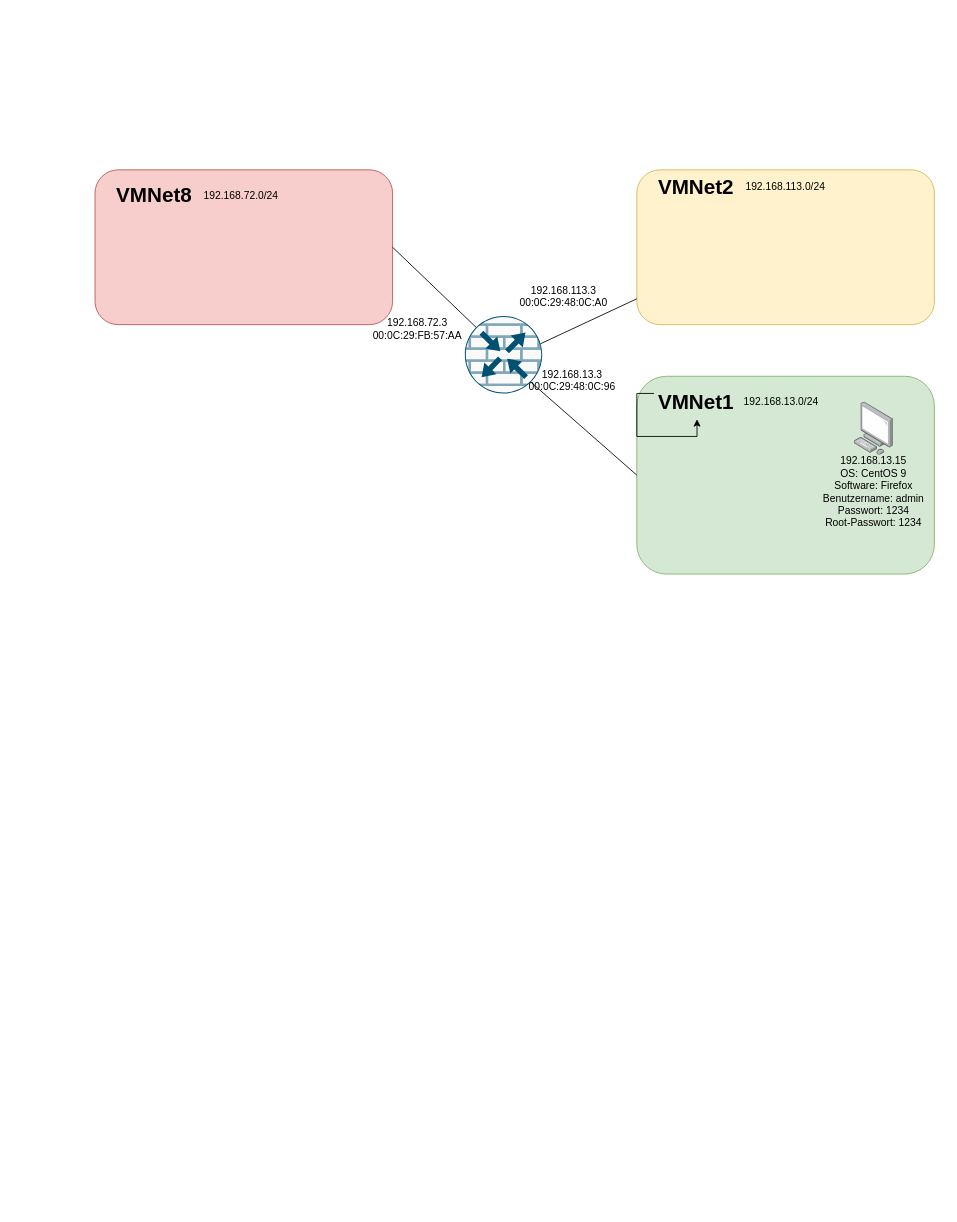
The draw.io diagram Unbenanntes Diagramm(1).drawio in peterLERNSAX/lf9-feuerwand, before the edit. Source tidied: cells renumbered, new cells numbered last; positions are measured from the earlier drawing's top-left corner, leaving out a move shared by most shapes. Both pictures are drawn from the tidied source at 86%, with x=0, y=0 at pixel (95, 169).
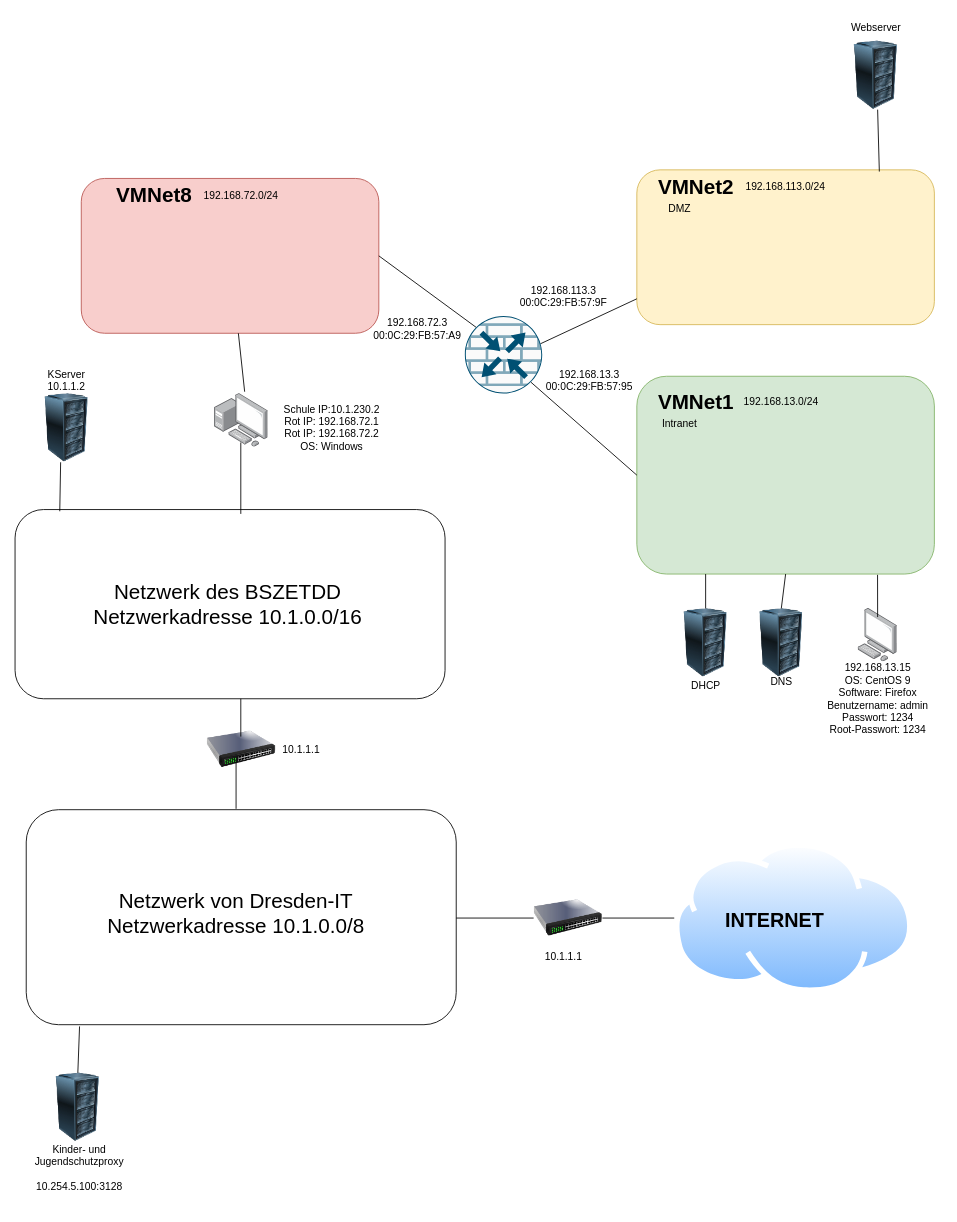
The same page after the edit.

The change refers to these unchanged cells:
```xml
<mxCell id="2" style="rounded=1;whiteSpace=wrap;html=1;fillColor=#fff2cc;strokeColor=#d6b656;" parent="1" vertex="1">
  <mxGeometry x="630" width="346" height="180" as="geometry" />
</mxCell>
<mxCell id="3" style="rounded=1;whiteSpace=wrap;html=1;fillColor=#d5e8d4;strokeColor=#82b366;" parent="1" vertex="1">
  <mxGeometry x="630" y="240" width="346" height="230" as="geometry" />
</mxCell>
<mxCell id="12" value="&lt;h1&gt;VMNet1&lt;/h1&gt;" style="text;html=1;strokeColor=none;fillColor=none;spacing=5;spacingTop=-20;whiteSpace=wrap;overflow=hidden;rounded=0;" parent="1" vertex="1">
  <mxGeometry x="650" y="250" width="100" height="40" as="geometry" />
</mxCell>
```

What changed in the source:
```diff
@@
+    <mxCell id="21" style="rounded=1;whiteSpace=wrap;html=1;" parent="1" vertex="1">
+      <mxGeometry x="-80" y="744" width="500" height="250" as="geometry" />
+    </mxCell>
+    <mxCell id="22" style="rounded=1;whiteSpace=wrap;html=1;" parent="1" vertex="1">
+      <mxGeometry x="-93" y="395" width="500" height="220" as="geometry" />
+    </mxCell>
@@
     <mxCell id="4" style="rounded=1;whiteSpace=wrap;html=1;fillColor=#f8cecc;strokeColor=#b85450;" parent="1" vertex="1">
-      <mxGeometry width="346" height="180" as="geometry" />
+      <mxGeometry x="-16" y="10" width="346" height="180" as="geometry" />
     </mxCell>
@@
     <mxCell id="9" style="html=1;align=center;shadow=0;dashed=0;image;image=img/lib/allied_telesis/computer_and_terminals/Personal_Computer.svg;" parent="1" vertex="1">
-      <mxGeometry x="882.7" y="270" width="45.6" height="61.8" as="geometry" />
+      <mxGeometry x="887.2" y="510" width="45.6" height="61.8" as="geometry" />
     </mxCell>
@@
     <mxCell id="16" value="&lt;div&gt;192.168.13.15&lt;/div&gt;&lt;div&gt;OS: CentOS 9&lt;/div&gt;&lt;div&gt;Software: Firefox&lt;/div&gt;&lt;div&gt;Benutzername: admin&lt;/div&gt;&lt;div&gt;Passwort: 1234&lt;/div&gt;&lt;div&gt;Root-Passwort: 1234&lt;br&gt;&lt;/div&gt;" style="text;html=1;strokeColor=none;fillColor=none;align=center;verticalAlign=middle;whiteSpace=wrap;rounded=0;" parent="1" vertex="1">
-      <mxGeometry x="830" y="300" width="151" height="150" as="geometry" />
+      <mxGeometry x="834.5" y="540" width="151" height="150" as="geometry" />
     </mxCell>
-    <mxCell id="17" value="&lt;div&gt;192.168.13.3&lt;/div&gt;&lt;div&gt;00:0C:29:48:0C:96&lt;/div&gt;" style="text;html=1;strokeColor=none;fillColor=none;align=center;verticalAlign=middle;whiteSpace=wrap;rounded=0;" parent="1" vertex="1">
-      <mxGeometry x="510" y="230" width="90" height="30" as="geometry" />
+    <mxCell id="17" value="&lt;div&gt;192.168.13.3&lt;/div&gt;00:0C:29:FB:57:95" style="text;html=1;strokeColor=none;fillColor=none;align=center;verticalAlign=middle;whiteSpace=wrap;rounded=0;" parent="1" vertex="1">
+      <mxGeometry x="530" y="230" width="90" height="30" as="geometry" />
     </mxCell>
-    <mxCell id="18" value="&lt;div&gt;192.168.113.3&lt;/div&gt;&lt;div&gt;00:0C:29:48:0C:A0&lt;/div&gt;&lt;div&gt;&lt;br&gt;&lt;/div&gt;" style="text;html=1;strokeColor=none;fillColor=none;align=center;verticalAlign=middle;whiteSpace=wrap;rounded=0;" parent="1" vertex="1">
+    <mxCell id="18" value="&lt;div&gt;192.168.113.3&lt;/div&gt;&lt;div&gt;00:0C:29:FB:57:9F&lt;br&gt;&lt;/div&gt;&lt;div&gt;&lt;br&gt;&lt;/div&gt;" style="text;html=1;strokeColor=none;fillColor=none;align=center;verticalAlign=middle;whiteSpace=wrap;rounded=0;" parent="1" vertex="1">
       <mxGeometry x="500" y="140" width="90" height="30" as="geometry" />
     </mxCell>
-    <mxCell id="19" style="edgeStyle=orthogonalEdgeStyle;rounded=0;orthogonalLoop=1;jettySize=auto;html=1;exitX=0;exitY=0.25;exitDx=0;exitDy=0;" parent="1" edge="1" source="12" target="12">
-      <mxGeometry relative="1" as="geometry" />
-    </mxCell>
-    <mxCell id="20" value="&lt;div&gt;192.168.72.3&lt;/div&gt;00:0C:29:FB:57:AA" style="text;html=1;strokeColor=none;fillColor=none;align=center;verticalAlign=middle;whiteSpace=wrap;rounded=0;" parent="1" vertex="1">
+    <mxCell id="20" value="&lt;div&gt;192.168.72.3&lt;/div&gt;00:0C:29:FB:57:A9" style="text;html=1;strokeColor=none;fillColor=none;align=center;verticalAlign=middle;whiteSpace=wrap;rounded=0;" parent="1" vertex="1">
       <mxGeometry x="330" y="170" width="90" height="30" as="geometry" />
     </mxCell>
+    <mxCell id="23" style="image;html=1;image=img/lib/clip_art/computers/Server_Rack_128x128.png;" parent="1" vertex="1">
+      <mxGeometry x="868" y="-150" width="80" height="80" as="geometry" />
+    </mxCell>
+    <mxCell id="24" value="Webserver" style="text;html=1;strokeColor=none;fillColor=none;align=center;verticalAlign=middle;whiteSpace=wrap;rounded=0;" parent="1" vertex="1">
+      <mxGeometry x="871.5" y="-180" width="73" height="30" as="geometry" />
+    </mxCell>
+    <mxCell id="25" style="points=[];html=1;align=center;shadow=0;dashed=0;image;image=img/lib/allied_telesis/computer_and_terminals/Personal_Computer_with_Server.svg;" parent="1" vertex="1">
+      <mxGeometry x="138.8" y="260" width="62.4" height="62.4" as="geometry" />
+    </mxCell>
+    <mxCell id="26" value="DMZ" style="text;html=1;strokeColor=none;fillColor=none;align=center;verticalAlign=middle;whiteSpace=wrap;rounded=0;" parent="1" vertex="1">
+      <mxGeometry x="650" y="30" width="60" height="30" as="geometry" />
+    </mxCell>
+    <mxCell id="27" value="Intranet" style="text;html=1;strokeColor=none;fillColor=none;align=center;verticalAlign=middle;whiteSpace=wrap;rounded=0;" parent="1" vertex="1">
+      <mxGeometry x="650" y="280" width="60" height="30" as="geometry" />
+    </mxCell>
+    <mxCell id="28" style="image;html=1;image=img/lib/clip_art/computers/Server_Rack_128x128.png;" parent="1" vertex="1">
+      <mxGeometry x="758" y="510" width="80" height="80" as="geometry" />
+    </mxCell>
+    <mxCell id="29" value="DNS" style="text;html=1;strokeColor=none;fillColor=none;align=center;verticalAlign=middle;whiteSpace=wrap;rounded=0;" parent="1" vertex="1">
+      <mxGeometry x="761.5" y="580" width="73" height="30" as="geometry" />
+    </mxCell>
+    <mxCell id="30" style="image;html=1;image=img/lib/clip_art/computers/Server_Rack_128x128.png;" parent="1" vertex="1">
+      <mxGeometry x="670" y="510" width="80" height="80" as="geometry" />
+    </mxCell>
+    <mxCell id="31" value="DHCP" style="text;html=1;strokeColor=none;fillColor=none;align=center;verticalAlign=middle;whiteSpace=wrap;rounded=0;" parent="1" vertex="1">
+      <mxGeometry x="673.5" y="585" width="73" height="30" as="geometry" />
+    </mxCell>
+    <mxCell id="32" value="&lt;div&gt;Schule IP:10.1.230.2&lt;/div&gt;&lt;div&gt;Rot IP: 192.168.72.1&lt;/div&gt;&lt;div&gt;Rot IP: 192.168.72.2&lt;/div&gt;&lt;div&gt;OS: Windows&lt;/div&gt;&lt;div&gt;&lt;br&gt;&lt;/div&gt;" style="text;html=1;strokeColor=none;fillColor=none;align=center;verticalAlign=middle;whiteSpace=wrap;rounded=0;" parent="1" vertex="1">
+      <mxGeometry x="201.2" y="292.4" width="148.8" height="30" as="geometry" />
+    </mxCell>
+    <mxCell id="33" style="endArrow=none;html=1;rounded=0;exitX=0.564;exitY=-0.032;exitDx=0;exitDy=0;exitPerimeter=0;" parent="1" edge="1" source="25" target="4">
+      <mxGeometry relative="1" as="geometry" />
+    </mxCell>
+    <mxCell id="34" style="image;html=1;image=img/lib/clip_art/networking/Switch_128x128.png;" parent="1" vertex="1">
+      <mxGeometry x="130" y="634" width="80" height="80" as="geometry" />
+    </mxCell>
+    <mxCell id="35" value="10.1.1.1" style="text;html=1;strokeColor=none;fillColor=none;align=center;verticalAlign=middle;whiteSpace=wrap;rounded=0;" parent="1" vertex="1">
+      <mxGeometry x="210" y="659" width="60" height="30" as="geometry" />
+    </mxCell>
+    <mxCell id="36" style="image;html=1;image=img/lib/clip_art/computers/Server_Rack_128x128.png;" parent="1" vertex="1">
+      <mxGeometry x="-60" y="1050" width="80" height="80" as="geometry" />
+    </mxCell>
+    <mxCell id="37" style="perimeter=ellipsePerimeter;html=1;align=center;shadow=0;dashed=0;spacingTop=3;image;image=img/lib/active_directory/internet_cloud.svg;rotation=0;" parent="1" vertex="1">
+      <mxGeometry x="673.5" y="782.5" width="277.8" height="175" as="geometry" />
+    </mxCell>
+    <mxCell id="38" value="&lt;div&gt;KServer&lt;/div&gt;10.1.1.2" style="text;html=1;strokeColor=none;fillColor=none;align=center;verticalAlign=middle;whiteSpace=wrap;rounded=0;" parent="1" vertex="1">
+      <mxGeometry x="-63" y="230" width="60" height="30" as="geometry" />
+    </mxCell>
+    <mxCell id="39" value="&lt;div&gt;Kinder- und Jugendschutzproxy&lt;/div&gt;&lt;div&gt;&lt;br&gt;&lt;/div&gt;10.254.5.100:3128" style="text;html=1;strokeColor=none;fillColor=none;align=center;verticalAlign=middle;whiteSpace=wrap;rounded=0;" parent="1" vertex="1">
+      <mxGeometry x="-93" y="1114" width="150" height="93" as="geometry" />
+    </mxCell>
+    <mxCell id="40" value="&lt;font size=&quot;1&quot;&gt;&lt;b style=&quot;font-size: 23px;&quot;&gt;INTERNET&lt;/b&gt;&lt;/font&gt;" style="text;html=1;strokeColor=none;fillColor=none;spacing=5;spacingTop=-20;whiteSpace=wrap;overflow=hidden;rounded=0;" parent="1" vertex="1">
+      <mxGeometry x="728" y="870" width="146" height="40" as="geometry" />
+    </mxCell>
+    <mxCell id="41" style="endArrow=none;html=1;rounded=0;fontSize=23;exitX=0.488;exitY=-0.004;exitDx=0;exitDy=0;exitPerimeter=0;" parent="1" edge="1" source="21">
+      <mxGeometry relative="1" as="geometry">
+        <mxPoint x="164" y="689" as="targetPoint" />
+      </mxGeometry>
+    </mxCell>
+    <mxCell id="42" style="endArrow=none;html=1;rounded=0;fontSize=23;exitX=0.488;exitY=-0.004;exitDx=0;exitDy=0;exitPerimeter=0;" parent="1" edge="1">
+      <mxGeometry relative="1" as="geometry">
+        <mxPoint x="169.5" y="659" as="sourcePoint" />
+        <mxPoint x="169.5" y="615" as="targetPoint" />
+      </mxGeometry>
+    </mxCell>
+    <mxCell id="43" style="image;html=1;image=img/lib/clip_art/computers/Server_Rack_128x128.png;fontSize=23;" parent="1" vertex="1">
+      <mxGeometry x="-73" y="260" width="80" height="80" as="geometry" />
+    </mxCell>
+    <mxCell id="44" value="&lt;div style=&quot;font-size: 24px;&quot;&gt;&lt;font style=&quot;font-size: 24px;&quot;&gt;Netzwerk des BSZETDD&lt;/font&gt;&lt;/div&gt;&lt;div style=&quot;font-size: 24px;&quot;&gt;&lt;font style=&quot;font-size: 24px;&quot;&gt;Netzwerkadresse 10.1.0.0/16&lt;/font&gt;&lt;/div&gt;" style="text;html=1;strokeColor=none;fillColor=none;align=center;verticalAlign=middle;whiteSpace=wrap;rounded=0;fontSize=23;" parent="1" vertex="1">
+      <mxGeometry x="-81.2" y="440" width="471.2" height="130" as="geometry" />
+    </mxCell>
+    <mxCell id="45" style="endArrow=none;html=1;rounded=0;exitX=0.525;exitY=0.023;exitDx=0;exitDy=0;exitPerimeter=0;" parent="1" edge="1" source="22">
+      <mxGeometry relative="1" as="geometry">
+        <mxPoint x="169.5" y="317" as="targetPoint" />
+      </mxGeometry>
+    </mxCell>
+    <mxCell id="46" style="endArrow=none;html=1;rounded=0;fontSize=12;" parent="1" edge="1">
+      <mxGeometry relative="1" as="geometry">
+        <mxPoint x="710" y="510" as="sourcePoint" />
+        <mxPoint x="710" y="470" as="targetPoint" />
+      </mxGeometry>
+    </mxCell>
+    <mxCell id="47" style="endArrow=none;html=1;rounded=0;fontSize=12;entryX=0.5;entryY=1;entryDx=0;entryDy=0;exitX=0.5;exitY=0;exitDx=0;exitDy=0;" parent="1" edge="1" source="28" target="3">
+      <mxGeometry relative="1" as="geometry" />
+    </mxCell>
+    <mxCell id="48" style="endArrow=none;html=1;rounded=0;fontSize=12;entryX=0.809;entryY=1.004;entryDx=0;entryDy=0;entryPerimeter=0;" parent="1" edge="1" target="3">
+      <mxGeometry relative="1" as="geometry">
+        <mxPoint x="910" y="520" as="sourcePoint" />
+        <Array as="points">
+          <mxPoint x="910" y="520" />
+        </Array>
+      </mxGeometry>
+    </mxCell>
+    <mxCell id="49" style="endArrow=none;html=1;rounded=0;fontSize=12;exitX=0.815;exitY=0.011;exitDx=0;exitDy=0;exitPerimeter=0;" parent="1" edge="1" source="2">
+      <mxGeometry relative="1" as="geometry">
+        <mxPoint x="910" y="-70" as="targetPoint" />
+      </mxGeometry>
+    </mxCell>
+    <mxCell id="50" style="endArrow=none;html=1;rounded=0;fontSize=12;exitX=0.104;exitY=0.009;exitDx=0;exitDy=0;exitPerimeter=0;" parent="1" edge="1" source="22">
+      <mxGeometry relative="1" as="geometry">
+        <mxPoint x="-40" y="340" as="targetPoint" />
+      </mxGeometry>
+    </mxCell>
+    <mxCell id="51" style="endArrow=none;html=1;rounded=0;fontSize=12;entryX=0.124;entryY=1.008;entryDx=0;entryDy=0;entryPerimeter=0;exitX=0.5;exitY=0;exitDx=0;exitDy=0;" parent="1" edge="1" source="36" target="21">
+      <mxGeometry relative="1" as="geometry" />
+    </mxCell>
+    <mxCell id="52" value="&lt;div&gt;Netzwerk von Dresden-IT&lt;/div&gt;&lt;div&gt;Netzwerkadresse 10.1.0.0/8&lt;br&gt; &lt;/div&gt;" style="text;html=1;strokeColor=none;fillColor=none;align=center;verticalAlign=middle;whiteSpace=wrap;rounded=0;fontSize=24;" parent="1" vertex="1">
+      <mxGeometry x="-81.2" y="850" width="490" height="30" as="geometry" />
+    </mxCell>
+    <mxCell id="53" style="image;html=1;image=img/lib/clip_art/networking/Switch_128x128.png;" parent="1" vertex="1">
+      <mxGeometry x="510" y="830" width="80" height="80" as="geometry" />
+    </mxCell>
+    <mxCell id="54" value="10.1.1.1" style="text;html=1;strokeColor=none;fillColor=none;align=center;verticalAlign=middle;whiteSpace=wrap;rounded=0;" parent="1" vertex="1">
+      <mxGeometry x="515" y="900" width="60" height="30" as="geometry" />
+    </mxCell>
+    <mxCell id="55" style="endArrow=none;html=1;rounded=0;fontSize=24;entryX=0;entryY=0.5;entryDx=0;entryDy=0;" parent="1" edge="1" target="53">
+      <mxGeometry relative="1" as="geometry">
+        <mxPoint x="420" y="870" as="sourcePoint" />
+      </mxGeometry>
+    </mxCell>
+    <mxCell id="56" style="endArrow=none;html=1;rounded=0;fontSize=24;entryX=0;entryY=0.5;entryDx=0;entryDy=0;" parent="1" edge="1" target="37">
+      <mxGeometry relative="1" as="geometry">
+        <mxPoint x="590" y="870" as="sourcePoint" />
+      </mxGeometry>
+    </mxCell>
```
